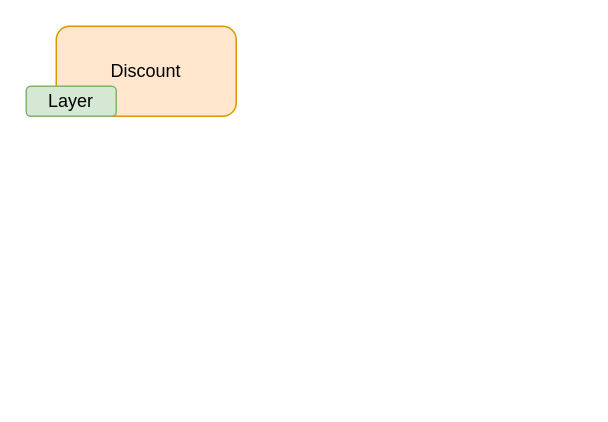
Earlier version of the draw.io diagram Диаграмма без названия.drawio (arigatory/diagrams). Source tidied: cells renumbered, new cells numbered last; positions are measured from the earlier drawing's top-left corner, leaving out a move shared by most shapes. Both pictures are drawn from the tidied source at 150%, with x=0, y=0 at pixel (26, 26).
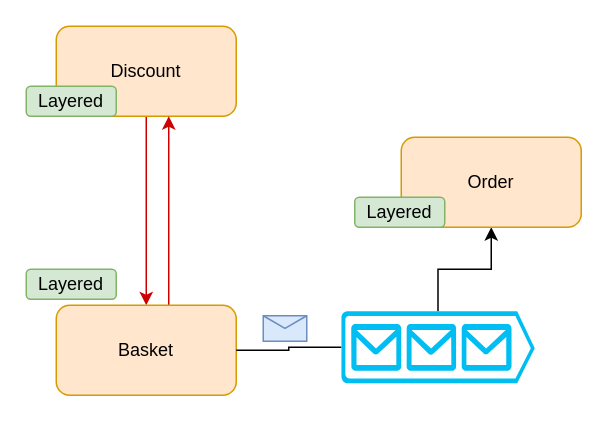
Above is the later version.

What changed in the source:
```diff
@@
 <mxGraphModel>
   <root>
     <mxCell id="0" />
     <mxCell id="1" parent="0" />
+    <mxCell id="4" style="edgeStyle=orthogonalEdgeStyle;rounded=0;jettySize=auto;html=1;strokeColor=#CC0000;" parent="1" edge="1" source="2" target="7">
+      <mxGeometry relative="1" as="geometry" />
+    </mxCell>
     <mxCell id="2" value="Discount" style="rounded=1;whiteSpace=wrap;html=1;fillColor=#ffe6cc;strokeColor=#d79b00;" parent="1" vertex="1">
       <mxGeometry x="20" width="120" height="60" as="geometry" />
     </mxCell>
-    <mxCell id="3" value="Layer" style="rounded=1;whiteSpace=wrap;html=1;fillColor=#d5e8d4;strokeColor=#82b366;" parent="1" vertex="1">
+    <mxCell id="3" value="Layered" style="rounded=1;whiteSpace=wrap;html=1;fillColor=#d5e8d4;strokeColor=#82b366;" parent="1" vertex="1">
       <mxGeometry y="40" width="60" height="20" as="geometry" />
     </mxCell>
+    <mxCell id="5" style="edgeStyle=orthogonalEdgeStyle;rounded=0;jettySize=auto;html=1;startArrow=none;" parent="1" edge="1" source="12" target="10">
+      <mxGeometry relative="1" as="geometry" />
+    </mxCell>
+    <mxCell id="6" style="edgeStyle=orthogonalEdgeStyle;rounded=0;jettySize=auto;html=1;strokeColor=#CC0000;" parent="1" edge="1" source="7" target="2">
+      <mxGeometry relative="1" as="geometry">
+        <Array as="points">
+          <mxPoint x="95" y="136" />
+          <mxPoint x="95" y="136" />
+        </Array>
+      </mxGeometry>
+    </mxCell>
+    <mxCell id="7" value="Basket" style="rounded=1;whiteSpace=wrap;html=1;fillColor=#ffe6cc;strokeColor=#d79b00;" parent="1" vertex="1">
+      <mxGeometry x="20" y="186" width="120" height="60" as="geometry" />
+    </mxCell>
+    <mxCell id="8" value="Layered" style="rounded=1;whiteSpace=wrap;html=1;fillColor=#d5e8d4;strokeColor=#82b366;" parent="1" vertex="1">
+      <mxGeometry y="162" width="60" height="20" as="geometry" />
+    </mxCell>
+    <mxCell id="9" style="group;" parent="1" vertex="1">
+      <mxGeometry x="219" y="74" width="151" height="60" as="geometry" />
+    </mxCell>
+    <mxCell id="10" value="Order" style="rounded=1;whiteSpace=wrap;html=1;fillColor=#ffe6cc;strokeColor=#d79b00;" parent="9" vertex="1">
+      <mxGeometry x="31" width="120" height="60" as="geometry" />
+    </mxCell>
+    <mxCell id="11" value="Layered" style="rounded=1;whiteSpace=wrap;html=1;fillColor=#d5e8d4;strokeColor=#82b366;" parent="9" vertex="1">
+      <mxGeometry y="40" width="60" height="20" as="geometry" />
+    </mxCell>
+    <mxCell id="12" style="verticalLabelPosition=bottom;html=1;verticalAlign=top;align=center;strokeColor=none;fillColor=#00BEF2;shape=mxgraph.azure.queue_generic;" parent="1" vertex="1">
+      <mxGeometry x="210" y="190" width="129" height="48" as="geometry" />
+    </mxCell>
+    <mxCell id="13" style="edgeStyle=orthogonalEdgeStyle;rounded=0;jettySize=auto;html=1;endArrow=none;" parent="1" edge="1" source="7" target="12">
+      <mxGeometry relative="1" as="geometry" />
+    </mxCell>
+    <mxCell id="14" style="shape=message;html=1;html=1;labelPosition=center;verticalLabelPosition=bottom;align=center;verticalAlign=top;fillColor=#dae8fc;strokeColor=#6c8ebf;" parent="1" vertex="1">
+      <mxGeometry x="158" y="193" width="29" height="17" as="geometry" />
+    </mxCell>
   </root>
 </mxGraphModel>
```
